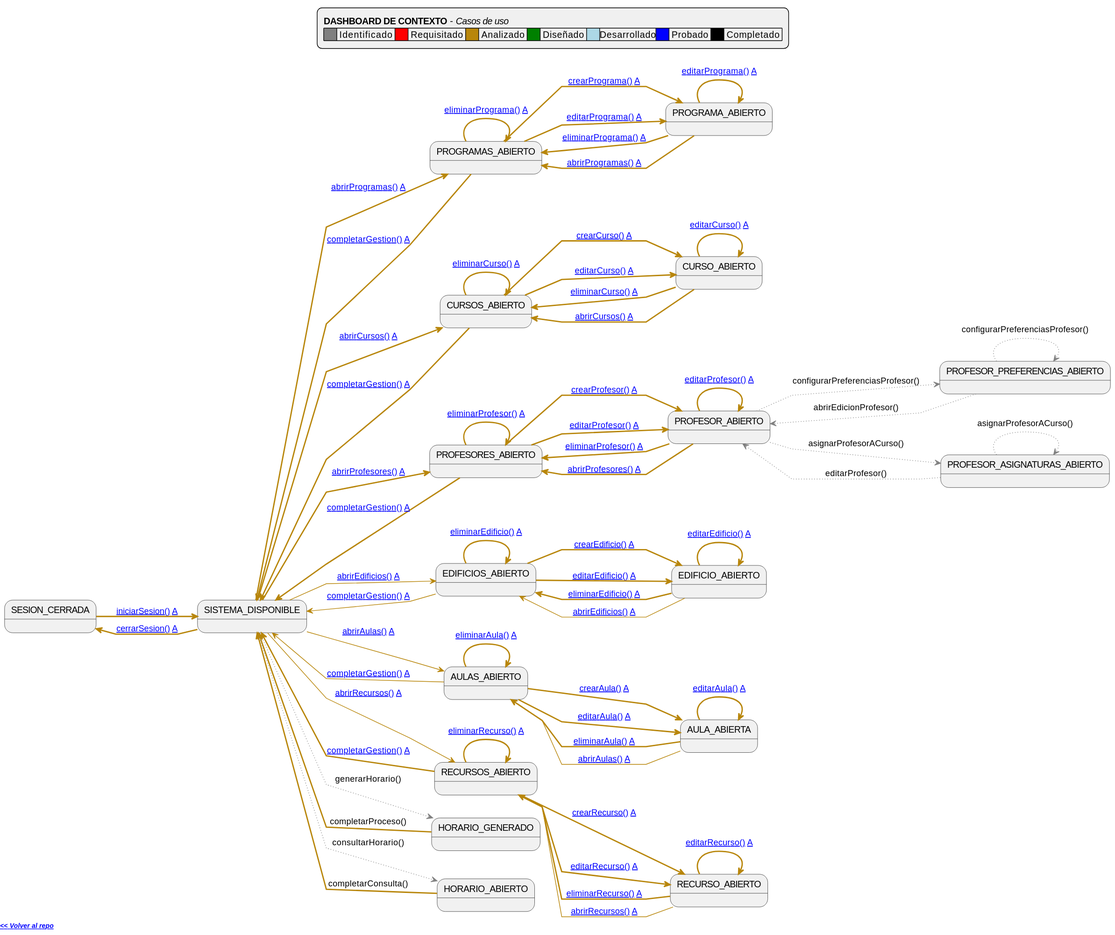
Earlier version of the PlantUML export images/RUP/99-seguimiento/diagrama-contexto-administrador.svg (Hexcss/scheduler).
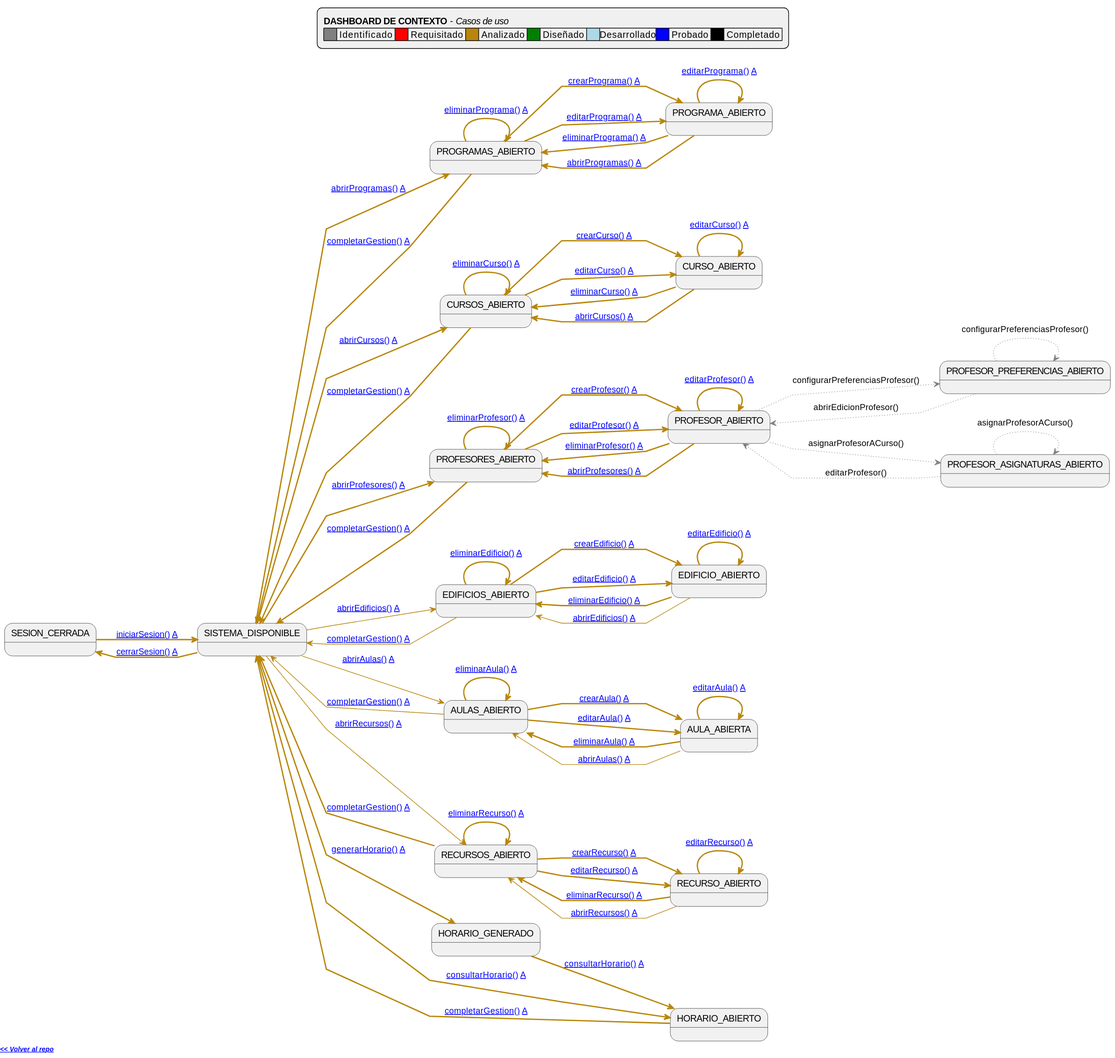
Later version of the same file.

Commit message:
feat(dashboard): actualizar SVG con casos finales corregidos

Dashboard de seguimiento actualizado reflejando:
- Estados #darkgoldenrod,bold para generarHorario() y consultarHorario()
- Flujo completo: SISTEMA_DISPONIBLE → generarHorario() → consultarHorario() → completarGestion()
- Enlaces funcionales a especificaciones y análisis corregidos

PRIMER NIVEL DEL SISTEMA COMPLETADO con todos los protocolos aplicados correctamente.

🤖 Generated with [Claude Code](https://claude.ai/code)

What changed in the source:
```diff
@@ -52,8 +52,8 @@
 Menu -[#darkgoldenrod]-> ListEdificios: [[https://github.com/mmasias/pySigHor/blob/main/RUP/00-casos-uso/02-detalle/abrirEdificios/README.md abrirEdificios()]] [[https://github.com/mmasias/pySigHor/blob/main/RUP/01-analisis/casos-uso/abrirEdificios/README.md A]]
 Menu -[#darkgoldenrod]-> ListAulas: [[https://github.com/mmasias/pySigHor/blob/main/RUP/00-casos-uso/02-detalle/abrirAulas/README.md abrirAulas()]] [[https://github.com/mmasias/pySigHor/blob/main/RUP/01-analisis/casos-uso/abrirAulas/README.md A]]
 Menu -[#darkgoldenrod]-> ListRecursos: [[https://github.com/mmasias/pySigHor/blob/main/RUP/00-casos-uso/02-detalle/abrirRecursos/README.md abrirRecursos()]] [[https://github.com/mmasias/pySigHor/blob/main/RUP/01-analisis/casos-uso/abrirRecursos/README.md A]]
-Menu -[#gray,dotted]-> Generacion: generarHorario()
-Menu -[#gray,dotted]-> Consulta: consultarHorario()
+Menu -[#darkgoldenrod,bold]-> Generacion: [[https://github.com/mmasias/pySigHor/blob/main/RUP/00-casos-uso/02-detalle/generarHorario/README.md generarHorario()]] [[https://github.com/mmasias/pySigHor/blob/main/RUP/01-analisis/casos-uso/generarHorario/README.md A]]
+Menu -[#darkgoldenrod,bold]-> Consulta: [[https://github.com/mmasias/pySigHor/blob/main/RUP/00-casos-uso/02-detalle/consultarHorario/README.md consultarHorario()]] [[https://github.com/mmasias/pySigHor/blob/main/RUP/01-analisis/casos-uso/consultarHorario/README.md A]]
 
 EditProfesor -[#gray,dotted]-> Asignaciones: asignarProfesorACurso()
 
@@ -104,6 +104,6 @@
 ListEdificios -[#darkgoldenrod]-> Menu: [[https://github.com/mmasias/pySigHor/blob/main/RUP/00-casos-uso/02-detalle/completarGestion/README.md completarGestion()]] [[https://github.com/mmasias/pySigHor/blob/main/RUP/01-analisis/casos-uso/completarGestion/README.md A]]
 ListAulas -[#darkgoldenrod]-> Menu: [[https://github.com/mmasias/pySigHor/blob/main/RUP/00-casos-uso/02-detalle/completarGestion/README.md completarGestion()]] [[https://github.com/mmasias/pySigHor/blob/main/RUP/01-analisis/casos-uso/completarGestion/README.md A]]
 ListRecursos -[#darkgoldenrod,bold]-> Menu: [[https://github.com/mmasias/pySigHor/blob/main/RUP/00-casos-uso/02-detalle/completarGestion/README.md completarGestion()]] [[https://github.com/mmasias/pySigHor/blob/main/RUP/01-analisis/casos-uso/completarGestion/README.md A]]
-Generacion -[#darkgoldenrod,thickness=2]-> Menu: completarProceso()
-Consulta -[#darkgoldenrod,thickness=2]-> Menu: completarConsulta()
+Generacion -[#darkgoldenrod,bold]-> Consulta: [[https://github.com/mmasias/pySigHor/blob/main/RUP/00-casos-uso/02-detalle/consultarHorario/README.md consultarHorario()]] [[https://github.com/mmasias/pySigHor/blob/main/RUP/01-analisis/casos-uso/consultarHorario/README.md A]]
+Consulta -[#darkgoldenrod,bold]-> Menu: [[https://github.com/mmasias/pySigHor/blob/main/RUP/00-casos-uso/02-detalle/completarGestion/README.md completarGestion()]] [[https://github.com/mmasias/pySigHor/blob/main/RUP/01-analisis/casos-uso/completarGestion/README.md A]]
 @enduml
```
